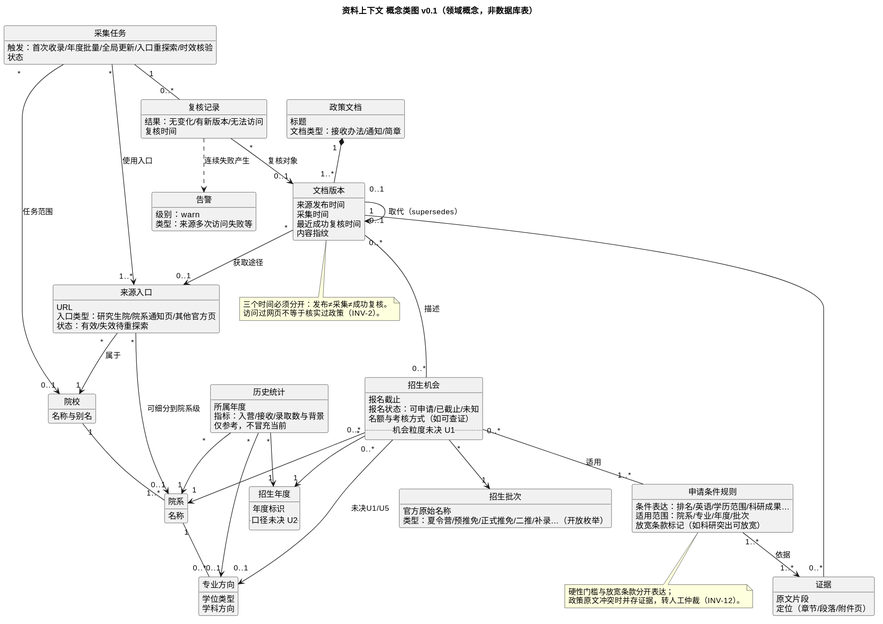
This is AI文档/05_需求分析/PlantUML/02_资料上下文_概念类图.svg from Zewang0217/yantu-youju, a PlantUML export, as it was before one commit.
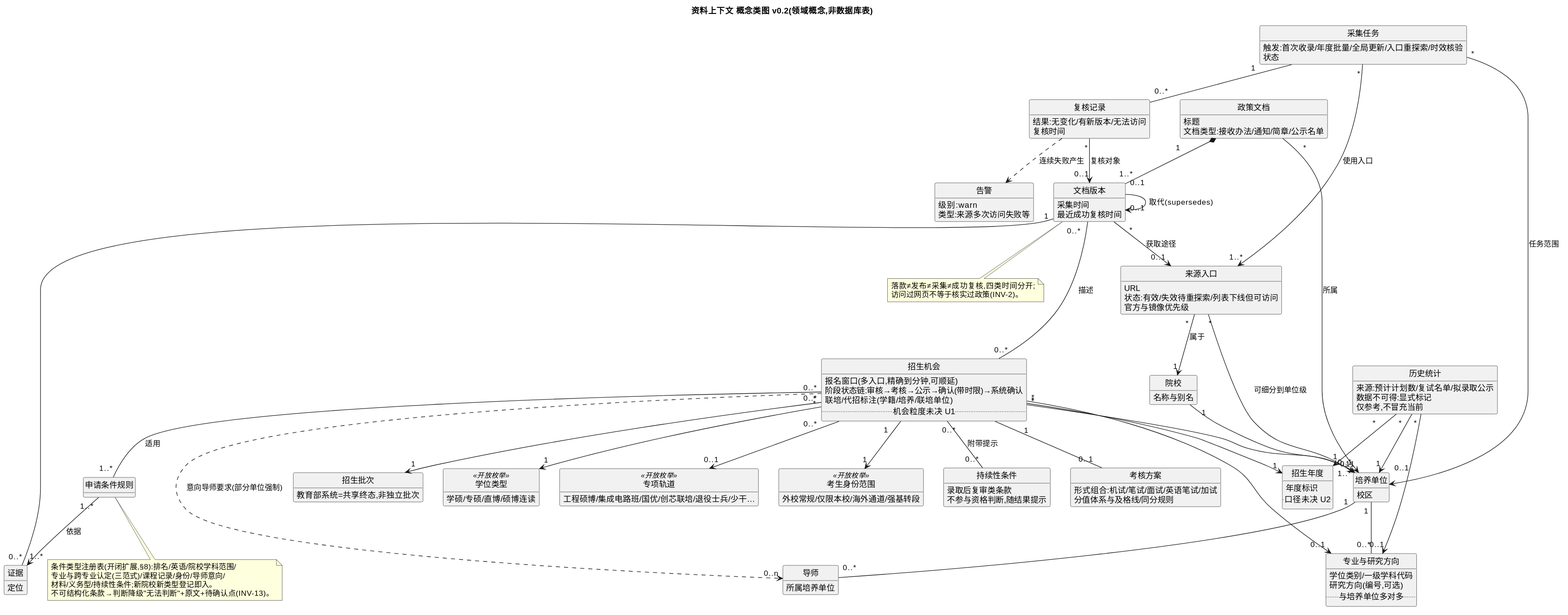
Later version of the same file.

What changed in the source:
```diff
@@ -1,5 +1,5 @@
 @startuml
-title 资料上下文 概念类图 v0.1（领域概念，非数据库表）
+title 资料上下文 概念类图 v0.2(领域概念,非数据库表)
 hide circle
 hide methods
 skinparam shadowing false
@@ -8,99 +8,142 @@
 class 院校 {
   名称与别名
 }
-class 院系 {
-  名称
+class 培养单位 {
+  名称/别名(一名多牌)
+  类型:学院/系/研究所/中心(开放)
+  校区
+  组织沿革:拆分/合并/新设(按年度有效)
 }
-class 专业方向 {
-  学位类型
-  学科方向
+class 专业与研究方向 {
+  学位类别/一级学科代码
+  研究方向(编号,可选)
+  ..与培养单位多对多..
 }
 class 招生年度 {
   年度标识
   ..口径未决 U2..
 }
 class 招生批次 {
-  官方原始名称
-  类型：夏令营/预推免/正式推免/二推/补录…（开放枚举）
+  官方名称+期数(项目化)
+  类型:夏令营/预推免/调剂/补录/加推/品牌项目/组合批次…(开放)
+  批次间资格传递(免报/位次失效/重考)
+  教育部系统=共享终态,非独立批次
 }
 class 招生机会 {
-  报名截止
-  报名状态：可申请/已截止/未知
-  名额与考核方式（如可查证）
+  报名窗口(多入口,精确到分钟,可顺延)
+  阶段状态链:审核→考核→公示→确认(带时限)→系统确认
+  联培/代招标注(学籍/培养/联培单位)
   ..机会粒度未决 U1..
 }
+class 学位类型 <<开放枚举>> {
+  学硕/专硕/直博/硕博连读
+}
+class 专项轨道 <<开放枚举>> {
+  工程硕博/集成电路班/国优/创芯联培/退役士兵/少干…
+}
+class 考生身份范围 <<开放枚举>> {
+  外校常规/仅限本校/海外通道/强基转段
+}
 class 申请条件规则 {
-  条件表达：排名/英语/学历范围/科研成果…
-  适用范围：院系/专业/年度/批次
-  放宽条款标记（如科研突出可放宽）
+  条件类型(开放注册表,见§8)
+  口径与参数(排名多口径/英语互替矩阵…)
+  判定方式:自动/裁量认定/不可结构化(降级)
+  放宽:确定性(如C9)/裁量性(院系认定)
+  适用范围(单位/专业/年度/批次/轴组合)
+}
+class 持续性条件 {
+  录取后复审类条款
+  不参与资格判断,随结果提示
 }
 class 历史统计 {
-  所属年度
-  指标：入营/接收/录取数与背景
-  仅参考，不冒充当前
+  来源:预计计划数/复试名单/拟录取公示
+  数据不可得:显式标记
+  仅参考,不冒充当前
 }
 class 来源入口 {
   URL
-  入口类型：研究生院/院系通知页/其他官方页
-  状态：有效/失效待重探索
+  类型:通知页/报名系统/第三方表单/信息公开网(开放)
+  状态:有效/失效待重探索/列表下线但可访问
+  官方与镜像优先级
 }
 class 政策文档 {
   标题
-  文档类型：接收办法/通知/简章
+  文档类型:接收办法/通知/简章/公示名单
 }
 class 文档版本 {
-  来源发布时间
+  落款发布时间与官网发布时间(可不同)
   采集时间
   最近成功复核时间
-  内容指纹
+  内容快照(同URL可被更新)
 }
 class 证据 {
-  原文片段
-  定位（章节/段落/附件页）
+  原文片段(可来自PDF附件/扫描件)
+  定位
+  人工摘录状态(不可机器读时)
+}
+class 导师 {
+  所属培养单位
+  招生资格属性(如不招直博)
+}
+class 考核方案 {
+  形式组合:机试/笔试/面试/英语笔试/加试
+  分值体系与及格线/同分规则
+  差额比例(可为区间)
+  组织方(可≠招生单位)
 }
 class 采集任务 {
-  触发：首次收录/年度批量/全局更新/入口重探索/时效核验
+  触发:首次收录/年度批量/全局更新/入口重探索/时效核验
   状态
 }
 class 复核记录 {
-  结果：无变化/有新版本/无法访问
+  结果:无变化/有新版本/无法访问
   复核时间
 }
 class 告警 {
-  级别：warn
-  类型：来源多次访问失败等
+  级别:warn
+  类型:来源多次访问失败等
 }
 
-院校 "1" -- "1..*" 院系
-院系 "1" -- "0..*" 专业方向
-招生机会 "0..*" --> "1" 院系
-招生机会 "0..*" --> "0..1" 专业方向 : 未决U1/U5
+院校 "1" -- "1..*" 培养单位
+培养单位 "1" -- "0..*" 专业与研究方向
+培养单位 "1" -- "0..*" 导师
+招生机会 "*" --> "1" 培养单位
+招生机会 "*" --> "0..1" 专业与研究方向
 招生机会 "*" --> "1" 招生年度
 招生机会 "*" --> "1" 招生批次
+招生机会 "*" --> "1" 学位类型
+招生机会 "0..*" --> "0..1" 专项轨道
+招生机会 "1" --> "1" 考生身份范围
+招生机会 "0..*" ..> "0..n" 导师 : 意向导师要求(部分单位强制)
+招生机会 "1" -- "0..1" 考核方案
 招生机会 "0..*" -- "1..*" 申请条件规则 : 适用
+招生机会 "0..*" -- "0..*" 持续性条件 : 附带提示
 申请条件规则 "1..*" --> "1..*" 证据 : 依据
-历史统计 "*" --> "1" 院系
-历史统计 "*" --> "0..1" 专业方向
+历史统计 "*" --> "1" 培养单位
+历史统计 "*" --> "0..1" 专业与研究方向
 历史统计 "*" --> "1" 招生年度
 来源入口 "*" --> "1" 院校 : 属于
-来源入口 "*" --> "0..1" 院系 : 可细分到院系级
+来源入口 "*" --> "0..1" 培养单位 : 可细分到单位级
+政策文档 "*" --> "0..1" 培养单位 : 所属
 政策文档 "1" *-- "1..*" 文档版本
-文档版本 "0..1" --> "0..1" 文档版本 : 取代（supersedes）
+文档版本 "0..1" --> "0..1" 文档版本 : 取代(supersedes)
 文档版本 "1" -- "0..*" 证据
 文档版本 "0..*" -- "0..*" 招生机会 : 描述
 文档版本 "*" --> "0..1" 来源入口 : 获取途径
-采集任务 "*" --> "0..1" 院校 : 任务范围
+采集任务 "*" --> "0..1" 培养单位 : 任务范围
 采集任务 "*" --> "1..*" 来源入口 : 使用入口
 采集任务 "1" -- "0..*" 复核记录
 复核记录 "*" --> "0..1" 文档版本 : 复核对象
 复核记录 ..> 告警 : 连续失败产生
 
+note bottom of 申请条件规则
+  条件类型注册表(开闭扩展,§8):排名/英语/院校学科范围/
+  专业与跨专业认定(三范式)/课程记录/身份/导师意向/
+  材料/义务型/持续性条件;新院校新类型登记即入。
+  不可结构化条款→判断降级"无法判断"+原文+待确认点(INV-13)。
+end note
 note bottom of 文档版本
-  三个时间必须分开：发布≠采集≠成功复核。
-  访问过网页不等于核实过政策（INV-2）。
-end note
-note bottom of 申请条件规则
-  硬性门槛与放宽条款分开表达；
-  政策原文冲突时并存证据，转人工仲裁（INV-12）。
+  落款≠发布≠采集≠成功复核,四类时间分开;
+  访问过网页不等于核实过政策(INV-2)。
 end note
 @enduml
```
